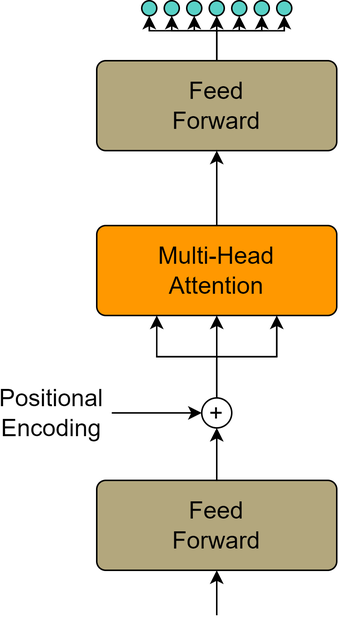
This is report/attention classifier.drawio.png from brn-dev/mlpc-ue-2023-team-ugly, a draw.io export, as it was before one commit. Source tidied: cells renumbered, new cells last; positions are measured from the earlier drawing's top-left corner, leaving out a move shared by most shapes. The source it was exported from:
```xml
<mxGraphModel>
  <root>
    <mxCell id="0" />
    <mxCell id="1" parent="0" />
    <mxCell id="2" style="edgeStyle=orthogonalEdgeStyle;rounded=0;jettySize=auto;html=1;entryX=0.5;entryY=1;entryDx=0;entryDy=0;fontSize=16;" parent="1" edge="1" source="3" target="19">
      <mxGeometry relative="1" as="geometry" />
    </mxCell>
    <mxCell id="3" value="Multi-Head&lt;br style=&quot;font-size: 16px;&quot;&gt;Attention" style="rounded=1;whiteSpace=wrap;html=1;arcSize=10;strokeColor=#000000;fillColor=#FF9800;fontSize=16;" parent="1" vertex="1">
      <mxGeometry x="60" y="150" width="160" height="60" as="geometry" />
    </mxCell>
    <mxCell id="4" style="edgeStyle=orthogonalEdgeStyle;rounded=0;jettySize=auto;html=1;entryX=0.5;entryY=1;entryDx=0;entryDy=0;fontSize=16;" parent="1" edge="1" source="5" target="9">
      <mxGeometry relative="1" as="geometry" />
    </mxCell>
    <mxCell id="5" value="Feed&lt;br&gt;Forward" style="rounded=1;whiteSpace=wrap;html=1;arcSize=10;strokeColor=#000000;fillColor=#B3A77D;fontSize=16;" parent="1" vertex="1">
      <mxGeometry x="60" y="320" width="160" height="60" as="geometry" />
    </mxCell>
    <mxCell id="6" style="edgeStyle=orthogonalEdgeStyle;rounded=0;jettySize=auto;html=1;entryX=0.5;entryY=1;entryDx=0;entryDy=0;fontSize=16;" parent="1" edge="1" source="9" target="3">
      <mxGeometry relative="1" as="geometry" />
    </mxCell>
    <mxCell id="7" style="edgeStyle=orthogonalEdgeStyle;rounded=0;jettySize=auto;html=1;entryX=0.75;entryY=1;entryDx=0;entryDy=0;fontSize=16;" parent="1" edge="1" source="9" target="3">
      <mxGeometry relative="1" as="geometry" />
    </mxCell>
    <mxCell id="8" style="edgeStyle=orthogonalEdgeStyle;rounded=0;jettySize=auto;html=1;entryX=0.25;entryY=1;entryDx=0;entryDy=0;fontSize=16;" parent="1" edge="1" source="9" target="3">
      <mxGeometry relative="1" as="geometry" />
    </mxCell>
    <mxCell id="9" value="+" style="ellipse;whiteSpace=wrap;html=1;strokeColor=#000000;fontSize=16;fillColor=none;" parent="1" vertex="1">
      <mxGeometry x="130" y="265" width="20" height="20" as="geometry" />
    </mxCell>
    <mxCell id="10" style="edgeStyle=orthogonalEdgeStyle;rounded=0;jettySize=auto;html=1;entryX=0;entryY=0.5;entryDx=0;entryDy=0;fontSize=16;" parent="1" edge="1" target="9">
      <mxGeometry relative="1" as="geometry">
        <mxPoint x="70" y="275" as="sourcePoint" />
      </mxGeometry>
    </mxCell>
    <mxCell id="11" value="Positional&lt;br&gt;Encoding" style="text;html=1;strokeColor=none;fillColor=none;align=center;verticalAlign=middle;whiteSpace=wrap;rounded=0;fontSize=16;" parent="1" vertex="1">
      <mxGeometry y="260" width="60" height="30" as="geometry" />
    </mxCell>
    <mxCell id="12" style="edgeStyle=orthogonalEdgeStyle;rounded=0;jettySize=auto;html=1;entryX=0.5;entryY=1;entryDx=0;entryDy=0;fontSize=16;" parent="1" edge="1" source="19" target="20">
      <mxGeometry relative="1" as="geometry" />
    </mxCell>
    <mxCell id="13" style="edgeStyle=orthogonalEdgeStyle;rounded=0;jettySize=auto;html=1;entryX=0.5;entryY=1;entryDx=0;entryDy=0;fontSize=16;" parent="1" edge="1" source="19" target="21">
      <mxGeometry relative="1" as="geometry" />
    </mxCell>
    <mxCell id="14" style="edgeStyle=orthogonalEdgeStyle;rounded=0;jettySize=auto;html=1;entryX=0.5;entryY=1;entryDx=0;entryDy=0;fontSize=16;" parent="1" edge="1" source="19" target="25">
      <mxGeometry relative="1" as="geometry" />
    </mxCell>
    <mxCell id="15" style="edgeStyle=orthogonalEdgeStyle;rounded=0;jettySize=auto;html=1;entryX=0.5;entryY=1;entryDx=0;entryDy=0;fontSize=16;" parent="1" edge="1" source="19" target="26">
      <mxGeometry relative="1" as="geometry" />
    </mxCell>
    <mxCell id="16" style="edgeStyle=orthogonalEdgeStyle;rounded=0;jettySize=auto;html=1;entryX=0.5;entryY=1;entryDx=0;entryDy=0;fontSize=16;" parent="1" edge="1" source="19" target="22">
      <mxGeometry relative="1" as="geometry" />
    </mxCell>
    <mxCell id="17" style="edgeStyle=orthogonalEdgeStyle;rounded=0;jettySize=auto;html=1;entryX=0.5;entryY=1;entryDx=0;entryDy=0;fontSize=16;" parent="1" edge="1" source="19" target="23">
      <mxGeometry relative="1" as="geometry" />
    </mxCell>
    <mxCell id="18" style="edgeStyle=orthogonalEdgeStyle;rounded=0;jettySize=auto;html=1;entryX=0.5;entryY=1;entryDx=0;entryDy=0;fontSize=16;" parent="1" edge="1" source="19" target="24">
      <mxGeometry relative="1" as="geometry" />
    </mxCell>
    <mxCell id="19" value="Feed&lt;br&gt;Forward" style="rounded=1;whiteSpace=wrap;html=1;arcSize=10;strokeColor=#000000;fillColor=#B3A77D;fontSize=16;" parent="1" vertex="1">
      <mxGeometry x="60" y="40" width="160" height="60" as="geometry" />
    </mxCell>
    <mxCell id="20" style="ellipse;whiteSpace=wrap;html=1;strokeColor=#000000;fontSize=16;fillColor=#59D1C6;" parent="1" vertex="1">
      <mxGeometry x="135" width="10" height="10" as="geometry" />
    </mxCell>
    <mxCell id="21" style="ellipse;whiteSpace=wrap;html=1;strokeColor=#000000;fontSize=16;fillColor=#59D1C6;" parent="1" vertex="1">
      <mxGeometry x="150" width="10" height="10" as="geometry" />
    </mxCell>
    <mxCell id="22" style="ellipse;whiteSpace=wrap;html=1;strokeColor=#000000;fontSize=16;fillColor=#59D1C6;" parent="1" vertex="1">
      <mxGeometry x="120" width="10" height="10" as="geometry" />
    </mxCell>
    <mxCell id="23" style="ellipse;whiteSpace=wrap;html=1;strokeColor=#000000;fontSize=16;fillColor=#59D1C6;" parent="1" vertex="1">
      <mxGeometry x="105" width="10" height="10" as="geometry" />
    </mxCell>
    <mxCell id="24" style="ellipse;whiteSpace=wrap;html=1;strokeColor=#000000;fontSize=16;fillColor=#59D1C6;" parent="1" vertex="1">
      <mxGeometry x="90" width="10" height="10" as="geometry" />
    </mxCell>
    <mxCell id="25" style="ellipse;whiteSpace=wrap;html=1;strokeColor=#000000;fontSize=16;fillColor=#59D1C6;" parent="1" vertex="1">
      <mxGeometry x="165" width="10" height="10" as="geometry" />
    </mxCell>
    <mxCell id="26" style="ellipse;whiteSpace=wrap;html=1;strokeColor=#000000;fontSize=16;fillColor=#59D1C6;" parent="1" vertex="1">
      <mxGeometry x="180" width="10" height="10" as="geometry" />
    </mxCell>
    <mxCell id="27" style="edgeStyle=orthogonalEdgeStyle;rounded=0;jettySize=auto;html=1;entryX=0.5;entryY=1;entryDx=0;entryDy=0;fontSize=16;" parent="1" edge="1" target="5">
      <mxGeometry relative="1" as="geometry">
        <mxPoint x="140" y="410" as="sourcePoint" />
      </mxGeometry>
    </mxCell>
  </root>
</mxGraphModel>
```
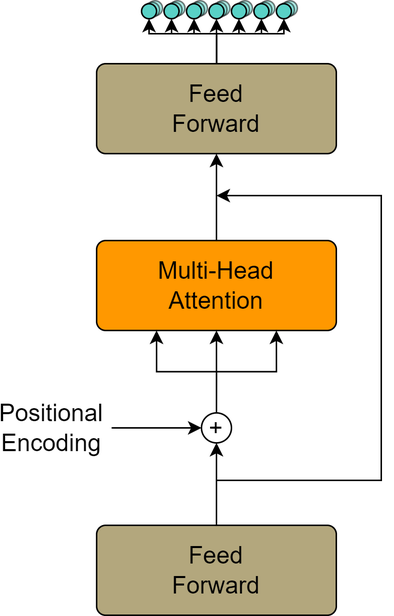
Later version of the same file.

What changed in the source:
```diff
@@ -2,17 +2,69 @@
   <root>
     <mxCell id="0" />
     <mxCell id="1" parent="0" />
+    <mxCell id="28" style="ellipse;whiteSpace=wrap;html=1;strokeColor=#000000;fontSize=16;fillColor=#59D1C6;fillOpacity=50;strokeOpacity=50;" parent="1" vertex="1">
+      <mxGeometry x="139" y="-2" width="10" height="10" as="geometry" />
+    </mxCell>
+    <mxCell id="29" style="ellipse;whiteSpace=wrap;html=1;strokeColor=#000000;fontSize=16;fillColor=#59D1C6;fillOpacity=50;strokeOpacity=50;" parent="1" vertex="1">
+      <mxGeometry x="154" y="-2" width="10" height="10" as="geometry" />
+    </mxCell>
+    <mxCell id="30" style="ellipse;whiteSpace=wrap;html=1;strokeColor=#000000;fontSize=16;fillColor=#59D1C6;fillOpacity=50;strokeOpacity=50;" parent="1" vertex="1">
+      <mxGeometry x="124" y="-2" width="10" height="10" as="geometry" />
+    </mxCell>
+    <mxCell id="31" style="ellipse;whiteSpace=wrap;html=1;strokeColor=#000000;fontSize=16;fillColor=#59D1C6;fillOpacity=50;strokeOpacity=50;" parent="1" vertex="1">
+      <mxGeometry x="109" y="-2" width="10" height="10" as="geometry" />
+    </mxCell>
+    <mxCell id="32" style="ellipse;whiteSpace=wrap;html=1;strokeColor=#000000;fontSize=16;fillColor=#59D1C6;fillOpacity=50;strokeOpacity=50;" parent="1" vertex="1">
+      <mxGeometry x="94" y="-2" width="10" height="10" as="geometry" />
+    </mxCell>
+    <mxCell id="33" style="ellipse;whiteSpace=wrap;html=1;strokeColor=#000000;fontSize=16;fillColor=#59D1C6;fillOpacity=50;strokeOpacity=50;" parent="1" vertex="1">
+      <mxGeometry x="169" y="-2" width="10" height="10" as="geometry" />
+    </mxCell>
+    <mxCell id="34" style="ellipse;whiteSpace=wrap;html=1;strokeColor=#000000;fontSize=16;fillColor=#59D1C6;fillOpacity=50;strokeOpacity=50;" parent="1" vertex="1">
+      <mxGeometry x="184" y="-2" width="10" height="10" as="geometry" />
+    </mxCell>
+    <mxCell id="35" style="ellipse;whiteSpace=wrap;html=1;strokeColor=#000000;fontSize=16;fillColor=#59D1C6;fillOpacity=50;strokeOpacity=50;" parent="1" vertex="1">
+      <mxGeometry x="137" y="-1" width="10" height="10" as="geometry" />
+    </mxCell>
+    <mxCell id="36" style="ellipse;whiteSpace=wrap;html=1;strokeColor=#000000;fontSize=16;fillColor=#59D1C6;fillOpacity=50;strokeOpacity=50;" parent="1" vertex="1">
+      <mxGeometry x="152" y="-1" width="10" height="10" as="geometry" />
+    </mxCell>
+    <mxCell id="37" style="ellipse;whiteSpace=wrap;html=1;strokeColor=#000000;fontSize=16;fillColor=#59D1C6;fillOpacity=50;strokeOpacity=50;" parent="1" vertex="1">
+      <mxGeometry x="122" y="-1" width="10" height="10" as="geometry" />
+    </mxCell>
+    <mxCell id="38" style="ellipse;whiteSpace=wrap;html=1;strokeColor=#000000;fontSize=16;fillColor=#59D1C6;fillOpacity=50;strokeOpacity=50;" parent="1" vertex="1">
+      <mxGeometry x="107" y="-1" width="10" height="10" as="geometry" />
+    </mxCell>
+    <mxCell id="39" style="ellipse;whiteSpace=wrap;html=1;strokeColor=#000000;fontSize=16;fillColor=#59D1C6;fillOpacity=50;strokeOpacity=50;" parent="1" vertex="1">
+      <mxGeometry x="92" y="-1" width="10" height="10" as="geometry" />
+    </mxCell>
+    <mxCell id="40" style="ellipse;whiteSpace=wrap;html=1;strokeColor=#000000;fontSize=16;fillColor=#59D1C6;fillOpacity=50;strokeOpacity=50;" parent="1" vertex="1">
+      <mxGeometry x="167" y="-1" width="10" height="10" as="geometry" />
+    </mxCell>
+    <mxCell id="41" style="ellipse;whiteSpace=wrap;html=1;strokeColor=#000000;fontSize=16;fillColor=#59D1C6;fillOpacity=50;strokeOpacity=50;" parent="1" vertex="1">
+      <mxGeometry x="182" y="-1" width="10" height="10" as="geometry" />
+    </mxCell>
     <mxCell id="2" style="edgeStyle=orthogonalEdgeStyle;rounded=0;jettySize=auto;html=1;entryX=0.5;entryY=1;entryDx=0;entryDy=0;fontSize=16;" parent="1" edge="1" source="3" target="19">
       <mxGeometry relative="1" as="geometry" />
     </mxCell>
     <mxCell id="3" value="Multi-Head&lt;br style=&quot;font-size: 16px;&quot;&gt;Attention" style="rounded=1;whiteSpace=wrap;html=1;arcSize=10;strokeColor=#000000;fillColor=#FF9800;fontSize=16;" parent="1" vertex="1">
-      <mxGeometry x="60" y="150" width="160" height="60" as="geometry" />
+      <mxGeometry x="60" y="158" width="160" height="60" as="geometry" />
     </mxCell>
     <mxCell id="4" style="edgeStyle=orthogonalEdgeStyle;rounded=0;jettySize=auto;html=1;entryX=0.5;entryY=1;entryDx=0;entryDy=0;fontSize=16;" parent="1" edge="1" source="5" target="9">
       <mxGeometry relative="1" as="geometry" />
     </mxCell>
+    <mxCell id="42" style="edgeStyle=orthogonalEdgeStyle;rounded=0;jettySize=auto;html=1;" parent="1" edge="1" source="5">
+      <mxGeometry relative="1" as="geometry">
+        <mxPoint x="140" y="128" as="targetPoint" />
+        <Array as="points">
+          <mxPoint x="140" y="318" />
+          <mxPoint x="250" y="318" />
+          <mxPoint x="250" y="128" />
+        </Array>
+      </mxGeometry>
+    </mxCell>
     <mxCell id="5" value="Feed&lt;br&gt;Forward" style="rounded=1;whiteSpace=wrap;html=1;arcSize=10;strokeColor=#000000;fillColor=#B3A77D;fontSize=16;" parent="1" vertex="1">
-      <mxGeometry x="60" y="320" width="160" height="60" as="geometry" />
+      <mxGeometry x="60" y="348" width="160" height="60" as="geometry" />
     </mxCell>
     <mxCell id="6" style="edgeStyle=orthogonalEdgeStyle;rounded=0;jettySize=auto;html=1;entryX=0.5;entryY=1;entryDx=0;entryDy=0;fontSize=16;" parent="1" edge="1" source="9" target="3">
       <mxGeometry relative="1" as="geometry" />
@@ -24,15 +76,15 @@
       <mxGeometry relative="1" as="geometry" />
     </mxCell>
     <mxCell id="9" value="+" style="ellipse;whiteSpace=wrap;html=1;strokeColor=#000000;fontSize=16;fillColor=none;" parent="1" vertex="1">
-      <mxGeometry x="130" y="265" width="20" height="20" as="geometry" />
+      <mxGeometry x="130" y="273" width="20" height="20" as="geometry" />
     </mxCell>
     <mxCell id="10" style="edgeStyle=orthogonalEdgeStyle;rounded=0;jettySize=auto;html=1;entryX=0;entryY=0.5;entryDx=0;entryDy=0;fontSize=16;" parent="1" edge="1" target="9">
       <mxGeometry relative="1" as="geometry">
-        <mxPoint x="70" y="275" as="sourcePoint" />
+        <mxPoint x="70" y="283" as="sourcePoint" />
       </mxGeometry>
     </mxCell>
     <mxCell id="11" value="Positional&lt;br&gt;Encoding" style="text;html=1;strokeColor=none;fillColor=none;align=center;verticalAlign=middle;whiteSpace=wrap;rounded=0;fontSize=16;" parent="1" vertex="1">
-      <mxGeometry y="260" width="60" height="30" as="geometry" />
+      <mxGeometry y="268" width="60" height="30" as="geometry" />
     </mxCell>
     <mxCell id="12" style="edgeStyle=orthogonalEdgeStyle;rounded=0;jettySize=auto;html=1;entryX=0.5;entryY=1;entryDx=0;entryDy=0;fontSize=16;" parent="1" edge="1" source="19" target="20">
       <mxGeometry relative="1" as="geometry" />
@@ -79,10 +131,5 @@
     <mxCell id="26" style="ellipse;whiteSpace=wrap;html=1;strokeColor=#000000;fontSize=16;fillColor=#59D1C6;" parent="1" vertex="1">
       <mxGeometry x="180" width="10" height="10" as="geometry" />
     </mxCell>
-    <mxCell id="27" style="edgeStyle=orthogonalEdgeStyle;rounded=0;jettySize=auto;html=1;entryX=0.5;entryY=1;entryDx=0;entryDy=0;fontSize=16;" parent="1" edge="1" target="5">
-      <mxGeometry relative="1" as="geometry">
-        <mxPoint x="140" y="410" as="sourcePoint" />
-      </mxGeometry>
-    </mxCell>
   </root>
 </mxGraphModel>
```
